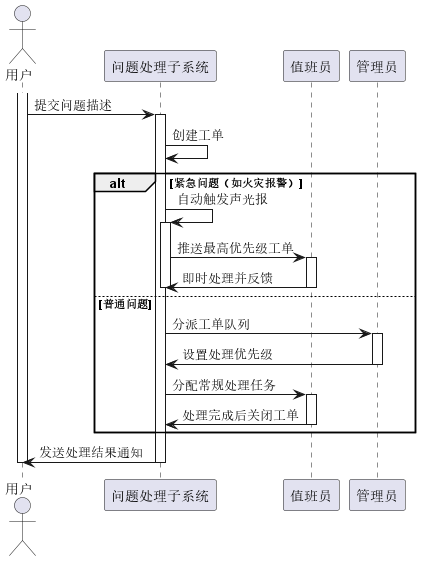
Above: uml/活动图时序图/问题处理图/问题处理时序图.png in heichiii/srs_result (PlantUML), before the change. The source it was exported from:
```plantuml
@startuml 问题处理时序图
actor 用户
participant "问题处理子系统" as 问题
participant "值班员" as 值班员
participant "管理员" as 管理员

activate 用户
用户 -> 问题: 提交问题描述
activate 问题
  问题 -> 问题: 创建工单

  alt 紧急问题（如火灾报警）
    问题 -> 问题: 自动触发声光报
    activate 问题
    问题 -> 值班员: 推送最高优先级工单
    activate 值班员
      值班员 -> 问题: 即时处理并反馈
    deactivate 值班员
    deactivate 问题
  else 普通问题
    问题 -> 管理员: 分派工单队列
    activate 管理员
      管理员 -> 问题: 设置处理优先级
    deactivate 管理员
    问题 -> 值班员: 分配常规处理任务
    activate 值班员
      值班员 -> 问题: 处理完成后关闭工单
    deactivate 值班员
  end
  问题 -> 用户: 发送处理结果通知
deactivate 问题
deactivate 用户
@enduml
```
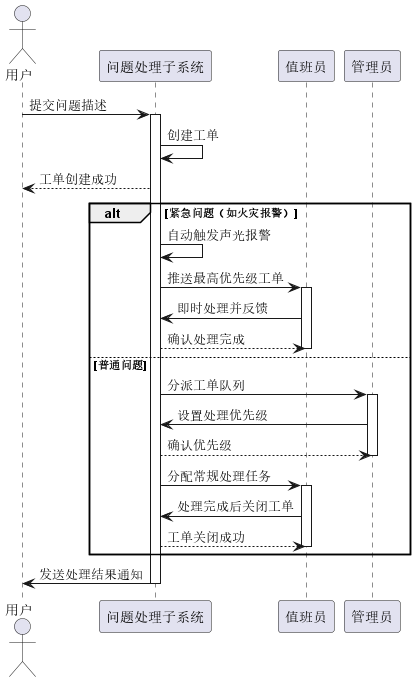
After the change.

What changed in the source:
```diff
@@ -4,30 +4,30 @@
 participant "值班员" as 值班员
 participant "管理员" as 管理员
 
-activate 用户
 用户 -> 问题: 提交问题描述
 activate 问题
   问题 -> 问题: 创建工单
+  问题 --> 用户: 工单创建成功
 
   alt 紧急问题（如火灾报警）
-    问题 -> 问题: 自动触发声光报
-    activate 问题
+    问题 -> 问题: 自动触发声光报警
     问题 -> 值班员: 推送最高优先级工单
     activate 值班员
       值班员 -> 问题: 即时处理并反馈
+      问题 --> 值班员: 确认处理完成
     deactivate 值班员
-    deactivate 问题
   else 普通问题
     问题 -> 管理员: 分派工单队列
     activate 管理员
       管理员 -> 问题: 设置处理优先级
+      问题 --> 管理员: 确认优先级
     deactivate 管理员
     问题 -> 值班员: 分配常规处理任务
     activate 值班员
       值班员 -> 问题: 处理完成后关闭工单
+      问题 --> 值班员: 工单关闭成功
     deactivate 值班员
   end
   问题 -> 用户: 发送处理结果通知
 deactivate 问题
-deactivate 用户
 @enduml
```
